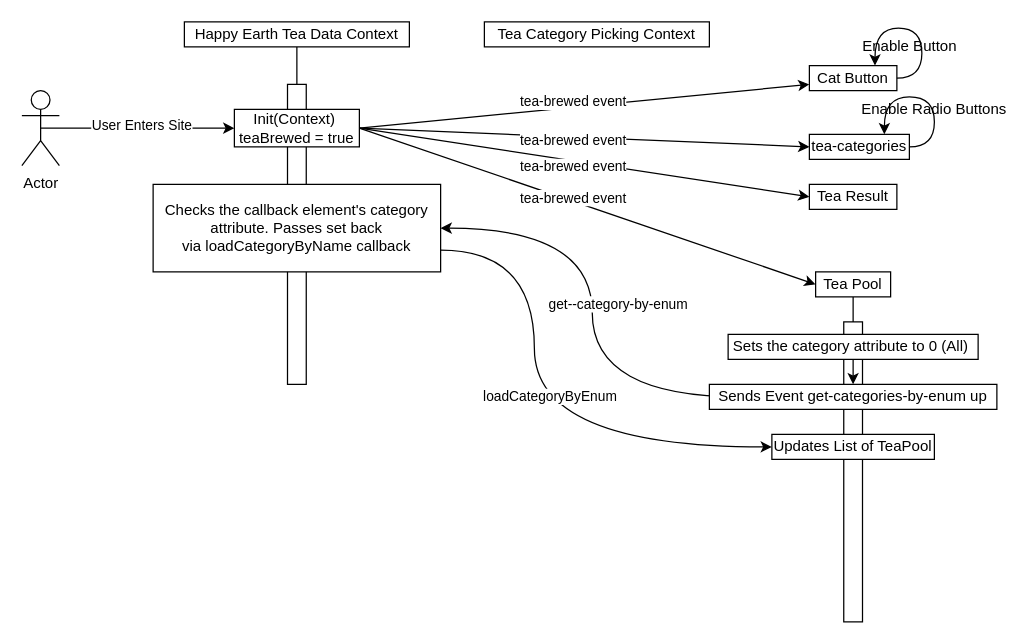
Earlier version of the draw.io diagram InitalizationDiagram.drawio (Peter-Kang/HappyEarthTeaPicker). Source tidied: cells renumbered, new cells numbered last; positions are measured from the earlier drawing's top-left corner, leaving out a move shared by most shapes. Both pictures are drawn from the tidied source at 125%, with x=0, y=0 at pixel (21, 21).
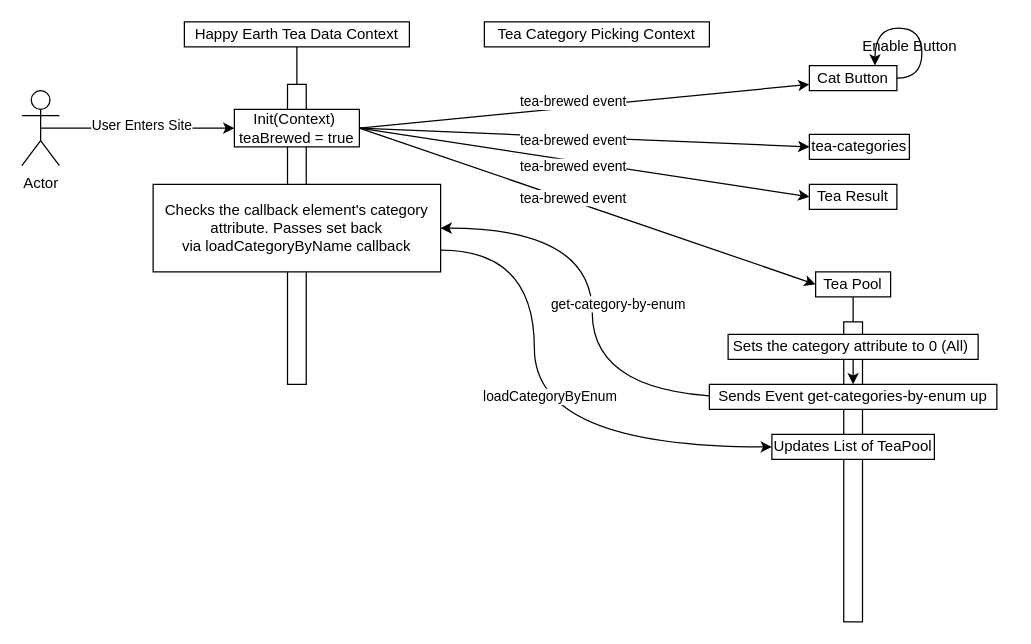
Above is the later version.

Unchanged cells that the change refers to:
```xml
<mxCell id="19" value="tea-categories" style="whiteSpace=wrap;html=1;" parent="1" vertex="1">
  <mxGeometry x="630" y="90" width="80" height="20" as="geometry" />
</mxCell>
<mxCell id="30" style="edgeStyle=orthogonalEdgeStyle;curved=1;rounded=0;jettySize=auto;html=1;exitX=0;exitY=0.5;exitDx=0;exitDy=0;entryX=1;entryY=0.5;entryDx=0;entryDy=0;" parent="1" edge="1" target="35">
  <mxGeometry relative="1" as="geometry">
    <mxPoint x="577.5" y="300" as="sourcePoint" />
  </mxGeometry>
</mxCell>
```

What changed in the source:
```diff
@@
-    <mxCell id="25" style="edgeStyle=orthogonalEdgeStyle;curved=1;rounded=0;orthogonalLoop=1;jettySize=auto;html=1;exitX=1;exitY=0.5;exitDx=0;exitDy=0;entryX=0.75;entryY=0;entryDx=0;entryDy=0;" parent="1" edge="1" source="19" target="19">
-      <mxGeometry relative="1" as="geometry">
-        <Array as="points">
-          <mxPoint x="730" y="100" />
-          <mxPoint x="730" y="60" />
-          <mxPoint x="690" y="60" />
-        </Array>
-      </mxGeometry>
-    </mxCell>
-    <mxCell id="26" value="Enable Radio Buttons" style="text;html=1;strokeColor=none;fillColor=none;align=center;verticalAlign=middle;whiteSpace=wrap;rounded=0;" parent="1" vertex="1">
-      <mxGeometry x="670" y="60" width="120" height="20" as="geometry" />
-    </mxCell>
@@
-    <mxCell id="31" value="get--category-by-enum" style="edgeLabel;html=1;align=center;verticalAlign=middle;" parent="30" vertex="1">
+    <mxCell id="31" value="get-category-by-enum" style="edgeLabel;html=1;align=center;verticalAlign=middle;" parent="30" vertex="1">
       <mxGeometry x="0.55" y="11" relative="1" as="geometry">
         <mxPoint x="56" y="49" as="offset" />
       </mxGeometry>
     </mxCell>
```
